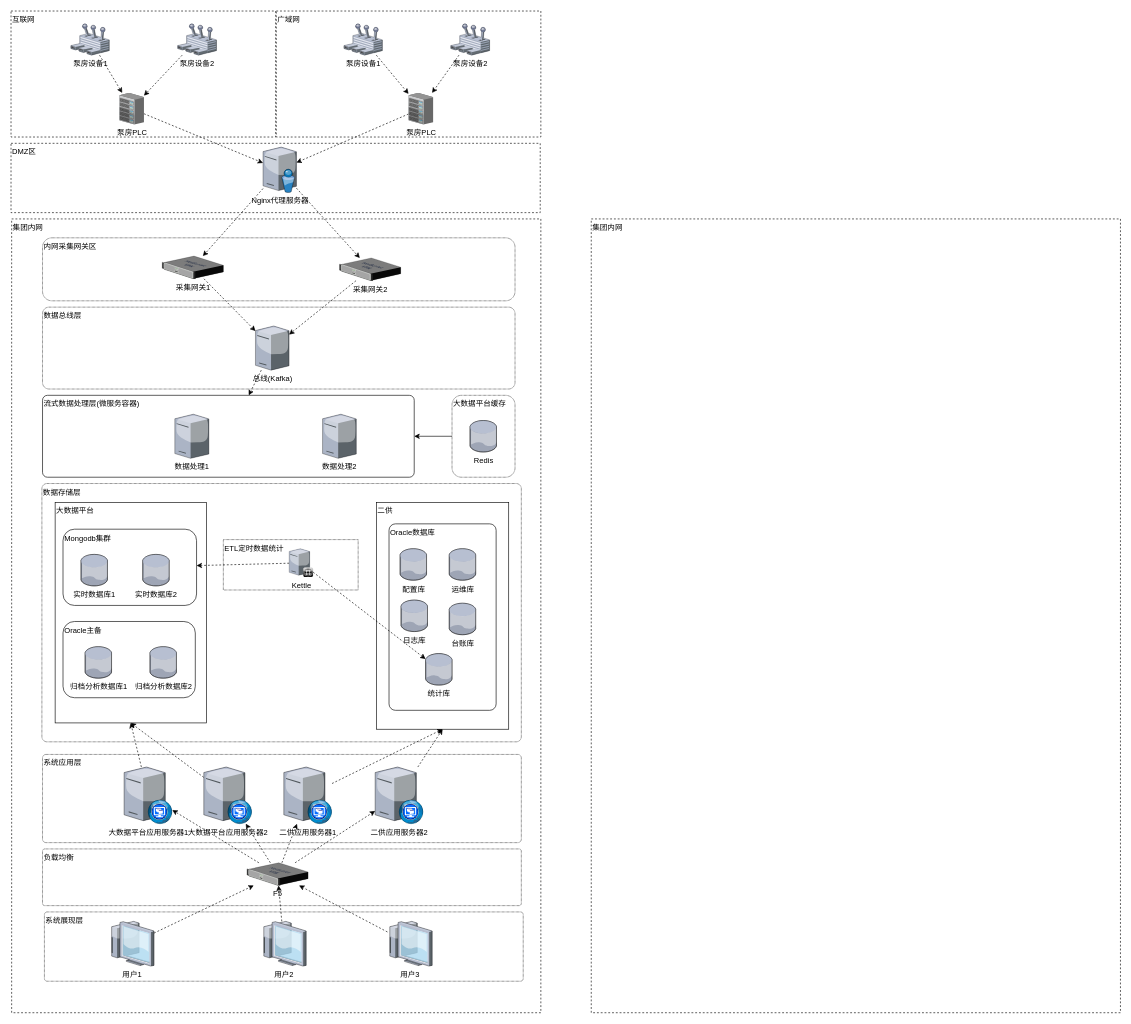
Before: page "部署图2" (5 of 6) of 二供ER图.drawio in lpeng589/draw, a draw.io diagram. Source tidied: cells renumbered, new cells numbered last; positions are measured from the earlier drawing's top-left corner, leaving out a move shared by most shapes. Both pictures are drawn from the tidied source at 63%, with x=0, y=0 at pixel (11, 11).
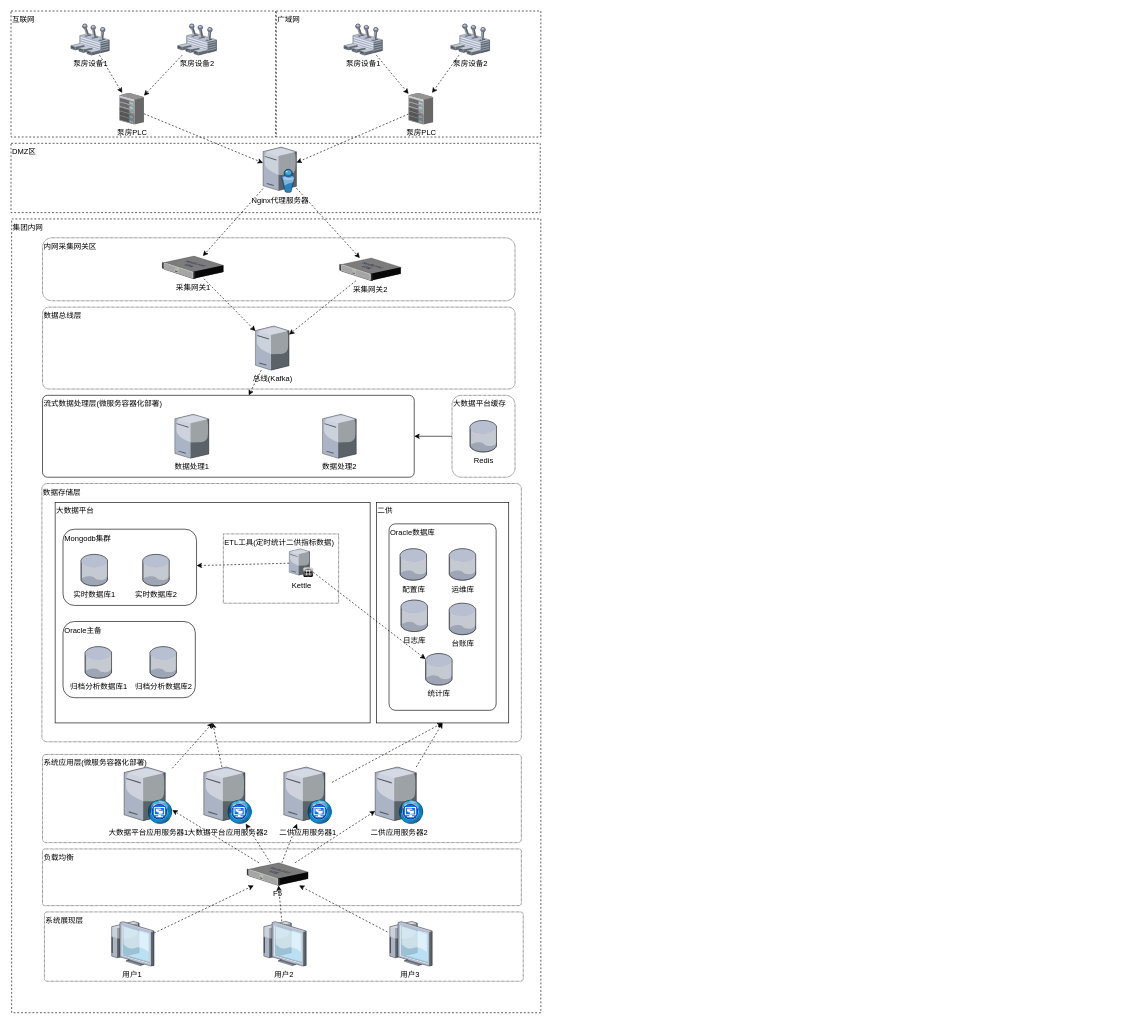
After the change.

Diff of the diagram source:
```diff
@@
-    <mxCell id="3" value="集团内网" style="rounded=0;whiteSpace=wrap;html=1;align=left;verticalAlign=top;dashed=1;" parent="1" vertex="1">
-      <mxGeometry x="921" y="330" width="840" height="1260" as="geometry" />
-    </mxCell>
@@
-    <mxCell id="18" value="流式数据处理层(微服务容器)" style="rounded=1;whiteSpace=wrap;html=1;align=left;verticalAlign=top;arcSize=6;" parent="1" vertex="1">
+    <mxCell id="18" value="流式数据处理层(微服务容器化部署)" style="rounded=1;whiteSpace=wrap;html=1;align=left;verticalAlign=top;arcSize=6;" parent="1" vertex="1">
       <mxGeometry x="50" y="610" width="590" height="130" as="geometry" />
     </mxCell>
@@
     <mxCell id="27" value="大数据平台" style="rounded=0;whiteSpace=wrap;html=1;align=left;verticalAlign=top;" parent="1" vertex="1">
-      <mxGeometry x="70" y="780" width="240" height="350" as="geometry" />
+      <mxGeometry x="70" y="780" width="500" height="350" as="geometry" />
     </mxCell>
@@
-    <mxCell id="34" value="ETL定时数据统计" style="rounded=0;whiteSpace=wrap;html=1;align=left;verticalAlign=top;dashed=1;dashPattern=1 1;" parent="1" vertex="1">
-      <mxGeometry x="337" y="839" width="214" height="80" as="geometry" />
+    <mxCell id="34" value="ETL工具(定时统计二供指标数据)" style="rounded=0;whiteSpace=wrap;html=1;align=left;verticalAlign=top;dashed=1;dashPattern=1 1;" parent="1" vertex="1">
+      <mxGeometry x="337" y="830" width="183" height="110" as="geometry" />
     </mxCell>
     <mxCell id="35" value="二供" style="rounded=0;whiteSpace=wrap;html=1;align=left;verticalAlign=top;" parent="1" vertex="1">
-      <mxGeometry x="580" y="780" width="210" height="360" as="geometry" />
+      <mxGeometry x="580" y="780" width="210" height="350" as="geometry" />
     </mxCell>
@@
-    <mxCell id="45" value="系统应用层" style="rounded=1;whiteSpace=wrap;html=1;align=left;verticalAlign=top;arcSize=4;dashed=1;dashPattern=1 1;" parent="1" vertex="1">
+    <mxCell id="45" value="系统应用层(微服务容器化部署)" style="rounded=1;whiteSpace=wrap;html=1;align=left;verticalAlign=top;arcSize=4;dashed=1;dashPattern=1 1;" parent="1" vertex="1">
       <mxGeometry x="50" y="1180" width="760" height="140" as="geometry" />
     </mxCell>
```
